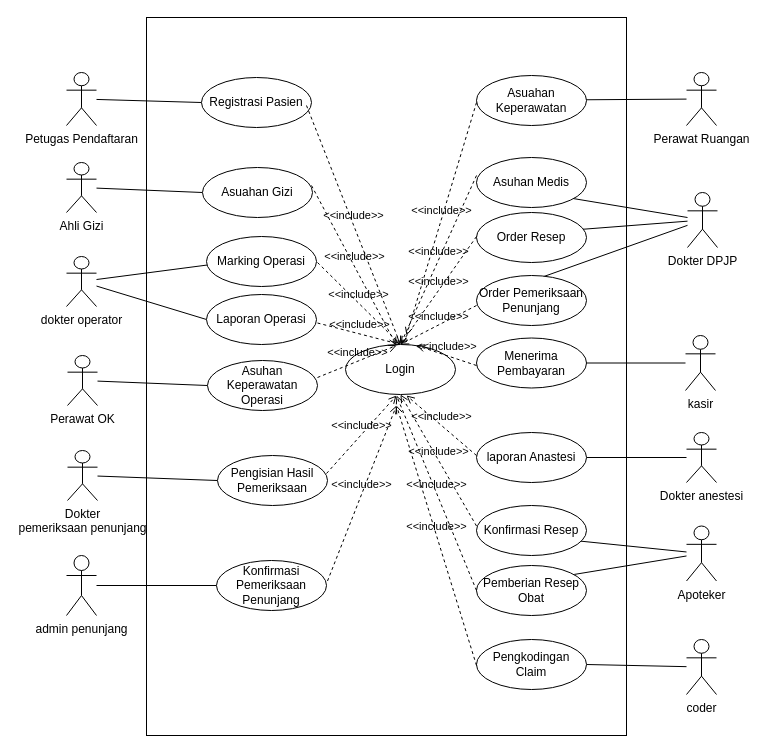
Above: page "USE CASE" (1 of 3) of Untitled Diagram.drawio in ridho-darmawan/srs (draw.io), before the change. Source tidied: cells renumbered, new cells numbered last; positions are measured from the earlier drawing's top-left corner, leaving out a move shared by most shapes. Both pictures are drawn from the tidied source at 100%, with x=0, y=0 at pixel (66, 17).
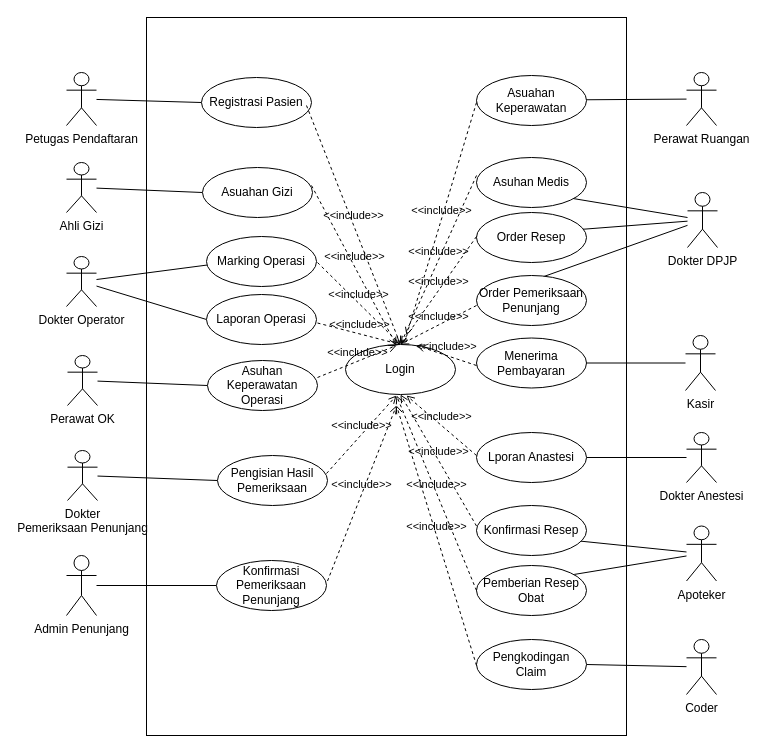
The same diagram, later.

Diff of the diagram source:
```diff
@@
-    <mxCell id="23" value="Dokter anestesi" style="shape=umlActor;verticalLabelPosition=bottom;verticalAlign=top;html=1;outlineConnect=0;" parent="1" vertex="1">
+    <mxCell id="23" value="Dokter Anestesi" style="shape=umlActor;verticalLabelPosition=bottom;verticalAlign=top;html=1;outlineConnect=0;" parent="1" vertex="1">
       <mxGeometry x="620" y="415" width="30" height="50" as="geometry" />
     </mxCell>
-    <mxCell id="24" value="laporan Anastesi" style="ellipse;whiteSpace=wrap;html=1;verticalAlign=middle;" parent="1" vertex="1">
+    <mxCell id="24" value="Lporan Anastesi" style="ellipse;whiteSpace=wrap;html=1;verticalAlign=middle;" parent="1" vertex="1">
       <mxGeometry x="410" y="415" width="110" height="50" as="geometry" />
     </mxCell>
@@
-    <mxCell id="26" value="Dokter &lt;br&gt;pemeriksaan penunjang" style="shape=umlActor;verticalLabelPosition=bottom;verticalAlign=top;html=1;outlineConnect=0;" parent="1" vertex="1">
+    <mxCell id="26" value="Dokter &lt;br&gt;Pemeriksaan Penunjang" style="shape=umlActor;verticalLabelPosition=bottom;verticalAlign=top;html=1;outlineConnect=0;" parent="1" vertex="1">
       <mxGeometry x="1" y="433" width="30" height="50" as="geometry" />
     </mxCell>
@@
-    <mxCell id="29" value="admin penunjang" style="shape=umlActor;verticalLabelPosition=bottom;verticalAlign=top;html=1;outlineConnect=0;" parent="1" vertex="1">
+    <mxCell id="29" value="Admin Penunjang" style="shape=umlActor;verticalLabelPosition=bottom;verticalAlign=top;html=1;outlineConnect=0;" parent="1" vertex="1">
       <mxGeometry y="538" width="30" height="60" as="geometry" />
     </mxCell>
@@
-    <mxCell id="37" value="kasir" style="shape=umlActor;verticalLabelPosition=bottom;verticalAlign=top;html=1;outlineConnect=0;" parent="1" vertex="1">
+    <mxCell id="37" value="Kasir" style="shape=umlActor;verticalLabelPosition=bottom;verticalAlign=top;html=1;outlineConnect=0;" parent="1" vertex="1">
       <mxGeometry x="619" y="318" width="30" height="55" as="geometry" />
     </mxCell>
@@
-    <mxCell id="40" value="coder" style="shape=umlActor;verticalLabelPosition=bottom;verticalAlign=top;html=1;outlineConnect=0;" parent="1" vertex="1">
+    <mxCell id="40" value="Coder" style="shape=umlActor;verticalLabelPosition=bottom;verticalAlign=top;html=1;outlineConnect=0;" parent="1" vertex="1">
       <mxGeometry x="620" y="622" width="30" height="55" as="geometry" />
     </mxCell>
@@
-    <mxCell id="44" value="dokter operator" style="shape=umlActor;verticalLabelPosition=bottom;verticalAlign=top;html=1;outlineConnect=0;" parent="1" vertex="1">
+    <mxCell id="44" value="Dokter Operator" style="shape=umlActor;verticalLabelPosition=bottom;verticalAlign=top;html=1;outlineConnect=0;" parent="1" vertex="1">
       <mxGeometry y="239" width="30" height="50" as="geometry" />
     </mxCell>
```
